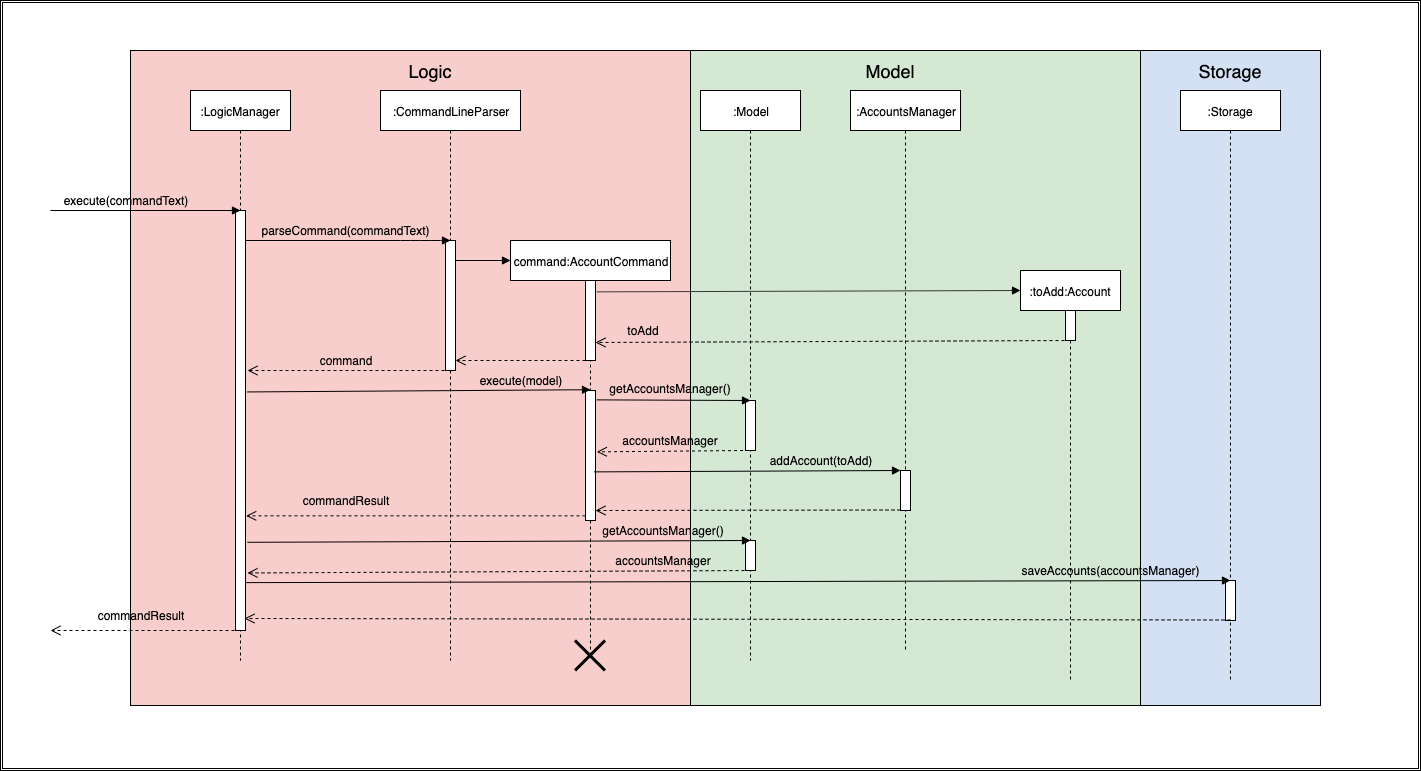
Earlier version of the draw.io export docs/images/AccountSequenceDiagram.png (nus-cs2103-AY1920S1/addressbook-level3). Source tidied: cells renumbered, new cells last; positions are measured from the earlier drawing's top-left corner, leaving out a move shared by most shapes.
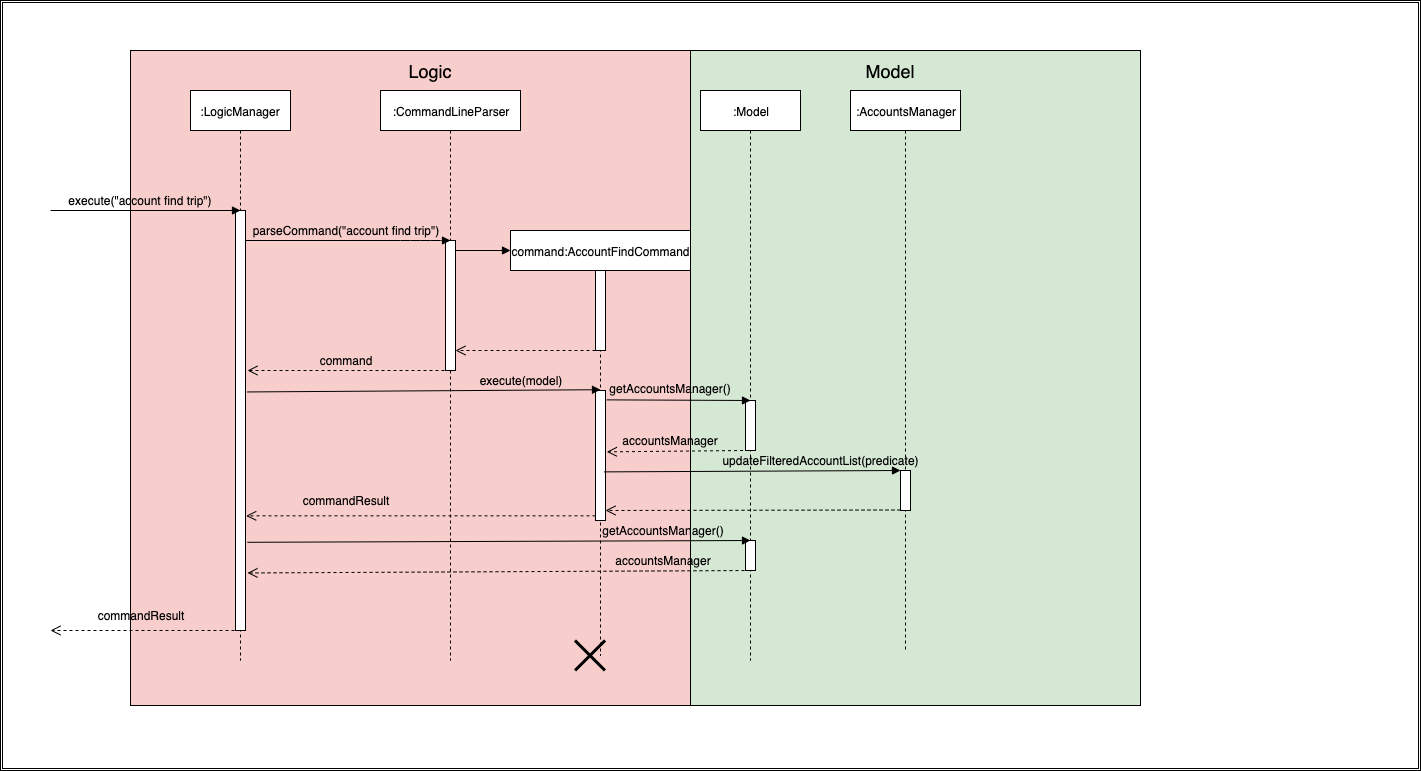
After the commit.

Diff of the diagram source:
```diff
@@ -5,9 +5,6 @@
     <mxCell id="2" style="shape=ext;double=1;rounded=0;whiteSpace=wrap;html=1;fillColor=#FFFFFF;" parent="1" vertex="1">
       <mxGeometry width="1420" height="770" as="geometry" />
     </mxCell>
-    <mxCell id="3" style="rounded=0;whiteSpace=wrap;html=1;fillColor=#D4E1F5;" parent="1" vertex="1">
-      <mxGeometry x="190" y="50" width="1130" height="655" as="geometry" />
-    </mxCell>
     <mxCell id="4" style="rounded=0;whiteSpace=wrap;html=1;fillColor=#F8CECC;" parent="1" vertex="1">
       <mxGeometry x="130" y="50" width="570" height="655" as="geometry" />
     </mxCell>
@@ -20,9 +17,6 @@
     <mxCell id="7" value="&lt;font style=&quot;font-size: 18px&quot;&gt;Model&lt;/font&gt;" style="text;html=1;strokeColor=none;fillColor=none;align=center;verticalAlign=middle;whiteSpace=wrap;rounded=0;" parent="1" vertex="1">
       <mxGeometry x="870" y="60" width="40" height="20" as="geometry" />
     </mxCell>
-    <mxCell id="8" value="&lt;font style=&quot;font-size: 18px&quot;&gt;Storage&lt;/font&gt;" style="text;html=1;strokeColor=none;fillColor=none;align=center;verticalAlign=middle;whiteSpace=wrap;rounded=0;" parent="1" vertex="1">
-      <mxGeometry x="1210" y="60" width="40" height="20" as="geometry" />
-    </mxCell>
     <mxCell id="9" value=":LogicManager" style="shape=umlLifeline;perimeter=lifelinePerimeter;whiteSpace=wrap;html=1;fillColor=#FFFFFF;" parent="1" vertex="1">
       <mxGeometry x="190" y="90" width="100" height="570" as="geometry" />
     </mxCell>
@@ -45,8 +39,8 @@
         <mxPoint x="150" y="24" as="offset" />
       </mxGeometry>
     </mxCell>
-    <mxCell id="14" value="parseCommand(commandText)" style="text;html=1;strokeColor=none;fillColor=none;align=center;verticalAlign=middle;whiteSpace=wrap;rounded=0;" parent="1" vertex="1">
-      <mxGeometry x="305" y="220" width="80" height="20" as="geometry" />
+    <mxCell id="14" value="parseCommand(&quot;account find trip&quot;)" style="text;html=1;strokeColor=none;fillColor=none;align=center;verticalAlign=middle;whiteSpace=wrap;rounded=0;" parent="1" vertex="1">
+      <mxGeometry x="245" y="220" width="200" height="20" as="geometry" />
     </mxCell>
     <mxCell id="15" style="html=1;verticalAlign=bottom;endArrow=block;fillColor=none;" parent="1" edge="1">
       <mxGeometry relative="1" as="geometry">
@@ -54,14 +48,14 @@
         <mxPoint x="240" y="210" as="targetPoint" />
       </mxGeometry>
     </mxCell>
-    <mxCell id="16" value="execute(commandText)" style="text;html=1;strokeColor=none;fillColor=none;align=center;verticalAlign=middle;whiteSpace=wrap;rounded=0;" parent="1" vertex="1">
-      <mxGeometry x="100" y="190" width="50" height="20" as="geometry" />
+    <mxCell id="16" value="execute(&quot;account find trip&quot;)" style="text;html=1;strokeColor=none;fillColor=none;align=center;verticalAlign=middle;whiteSpace=wrap;rounded=0;" parent="1" vertex="1">
+      <mxGeometry x="60" y="190" width="160" height="20" as="geometry" />
     </mxCell>
-    <mxCell id="17" value="command:AccountCommand" style="shape=umlLifeline;perimeter=lifelinePerimeter;whiteSpace=wrap;html=1;fillColor=#FFFFFF;" parent="1" vertex="1">
-      <mxGeometry x="510" y="240" width="160" height="415" as="geometry" />
+    <mxCell id="17" value="command:AccountFindCommand" style="shape=umlLifeline;perimeter=lifelinePerimeter;whiteSpace=wrap;html=1;fillColor=#FFFFFF;" parent="1" vertex="1">
+      <mxGeometry x="510" y="230" width="180" height="425" as="geometry" />
     </mxCell>
     <mxCell id="18" style="html=1;points=[];perimeter=orthogonalPerimeter;fillColor=#FFFFFF;" parent="17" vertex="1">
-      <mxGeometry x="75" y="40" width="10" height="80" as="geometry" />
+      <mxGeometry x="85" y="40" width="10" height="80" as="geometry" />
     </mxCell>
     <mxCell id="19" style="html=1;verticalAlign=bottom;endArrow=block;fillColor=none;" parent="17" edge="1">
       <mxGeometry relative="1" as="geometry">
@@ -69,8 +63,8 @@
         <mxPoint y="20" as="targetPoint" />
       </mxGeometry>
     </mxCell>
-    <mxCell id="20" style="html=1;points=[];perimeter=orthogonalPerimeter;fillColor=#FFFFFF;" parent="1" vertex="1">
-      <mxGeometry x="585" y="390" width="10" height="130" as="geometry" />
+    <mxCell id="20" style="html=1;points=[];perimeter=orthogonalPerimeter;fillColor=#FFFFFF;" parent="17" vertex="1">
+      <mxGeometry x="85" y="160" width="10" height="130" as="geometry" />
     </mxCell>
     <mxCell id="21" value="commandResult" style="text;html=1;strokeColor=none;fillColor=none;align=center;verticalAlign=middle;whiteSpace=wrap;rounded=0;" parent="1" vertex="1">
       <mxGeometry x="120" y="610" width="40" height="10" as="geometry" />
@@ -122,31 +116,6 @@
     <mxCell id="34" style="html=1;perimeter=orthogonalPerimeter;fillColor=#FFFFFF;" parent="33" vertex="1">
       <mxGeometry x="50" y="380" width="10" height="40" as="geometry" />
     </mxCell>
-    <mxCell id="35" value=":toAdd:Account" style="shape=umlLifeline;perimeter=lifelinePerimeter;whiteSpace=wrap;html=1;fillColor=#FFFFFF;" parent="1" vertex="1">
-      <mxGeometry x="1020" y="270" width="100" height="410" as="geometry" />
-    </mxCell>
-    <mxCell id="36" style="html=1;perimeter=orthogonalPerimeter;fillColor=#FFFFFF;" parent="35" vertex="1">
-      <mxGeometry x="45" y="40" width="10" height="30" as="geometry" />
-    </mxCell>
-    <mxCell id="37" value=":Storage" style="shape=umlLifeline;perimeter=lifelinePerimeter;whiteSpace=wrap;html=1;fillColor=#FFFFFF;" parent="1" vertex="1">
-      <mxGeometry x="1180" y="90" width="100" height="590" as="geometry" />
-    </mxCell>
-    <mxCell id="38" style="html=1;perimeter=orthogonalPerimeter;fillColor=#FFFFFF;" parent="37" vertex="1">
-      <mxGeometry x="45" y="490" width="10" height="40" as="geometry" />
-    </mxCell>
-    <mxCell id="39" style="html=1;verticalAlign=bottom;endArrow=block;fillColor=none;exitX=1.133;exitY=0.142;exitDx=0;exitDy=0;exitPerimeter=0;" parent="1" edge="1" source="18">
-      <mxGeometry relative="1" as="geometry">
-        <mxPoint x="1020" y="290" as="targetPoint" />
-      </mxGeometry>
-    </mxCell>
-    <mxCell id="40" value="toAdd" style="text;html=1;strokeColor=none;fillColor=none;align=center;verticalAlign=middle;whiteSpace=wrap;rounded=0;" parent="1" vertex="1">
-      <mxGeometry x="622.5" y="320" width="40" height="20" as="geometry" />
-    </mxCell>
-    <mxCell id="41" style="html=1;verticalAlign=bottom;endArrow=open;dashed=1;endSize=8;fillColor=none;entryX=1;entryY=0.775;entryDx=0;entryDy=0;entryPerimeter=0;" parent="1" edge="1" target="18">
-      <mxGeometry relative="1" as="geometry">
-        <mxPoint x="1070" y="340" as="sourcePoint" />
-      </mxGeometry>
-    </mxCell>
     <mxCell id="42" style="html=1;verticalAlign=bottom;endArrow=block;fillColor=none;exitX=1.133;exitY=0.072;exitDx=0;exitDy=0;exitPerimeter=0;" parent="1" edge="1" source="20">
       <mxGeometry relative="1" as="geometry">
         <mxPoint x="750" y="400" as="targetPoint" />
@@ -176,7 +145,7 @@
     <mxCell id="48" value="getAccountsManager()" style="text;html=1;strokeColor=none;fillColor=none;align=center;verticalAlign=middle;whiteSpace=wrap;rounded=0;" parent="1" vertex="1">
       <mxGeometry x="642.5" y="520" width="40" height="20" as="geometry" />
     </mxCell>
-    <mxCell id="49" value="addAccount(toAdd)" style="text;html=1;strokeColor=none;fillColor=none;align=center;verticalAlign=middle;whiteSpace=wrap;rounded=0;" parent="1" vertex="1">
+    <mxCell id="49" value="updateFilteredAccountList(predicate)" style="text;html=1;strokeColor=none;fillColor=none;align=center;verticalAlign=middle;whiteSpace=wrap;rounded=0;" parent="1" vertex="1">
       <mxGeometry x="800" y="450" width="40" height="20" as="geometry" />
     </mxCell>
     <mxCell id="50" style="html=1;verticalAlign=bottom;endArrow=block;fillColor=none;exitX=1.2;exitY=0.79;exitDx=0;exitDy=0;exitPerimeter=0;" parent="1" edge="1" source="10">
@@ -192,20 +161,6 @@
     <mxCell id="52" value="accountsManager" style="text;html=1;strokeColor=none;fillColor=none;align=center;verticalAlign=middle;whiteSpace=wrap;rounded=0;" parent="1" vertex="1">
       <mxGeometry x="642.5" y="550" width="40" height="20" as="geometry" />
     </mxCell>
-    <mxCell id="53" style="html=1;verticalAlign=bottom;endArrow=block;fillColor=none;exitX=1.067;exitY=0.886;exitDx=0;exitDy=0;exitPerimeter=0;" parent="1" edge="1" source="10">
-      <mxGeometry relative="1" as="geometry">
-        <mxPoint x="1230" y="580" as="targetPoint" />
-      </mxGeometry>
-    </mxCell>
-    <mxCell id="54" style="html=1;verticalAlign=bottom;endArrow=open;dashed=1;endSize=8;fillColor=none;" parent="1" edge="1">
-      <mxGeometry relative="1" as="geometry">
-        <mxPoint x="1230" y="619.5" as="sourcePoint" />
-        <mxPoint x="244" y="618" as="targetPoint" />
-      </mxGeometry>
-    </mxCell>
-    <mxCell id="55" value="saveAccounts(accountsManager)" style="text;html=1;strokeColor=none;fillColor=none;align=center;verticalAlign=middle;whiteSpace=wrap;rounded=0;" parent="1" vertex="1">
-      <mxGeometry x="1090" y="560" width="40" height="20" as="geometry" />
-    </mxCell>
     <mxCell id="56" style="shape=umlDestroy;whiteSpace=wrap;html=1;strokeWidth=3;fillColor=#FFFFFF;" parent="1" vertex="1">
       <mxGeometry x="574.5" y="640" width="30" height="30" as="geometry" />
     </mxCell>
```
